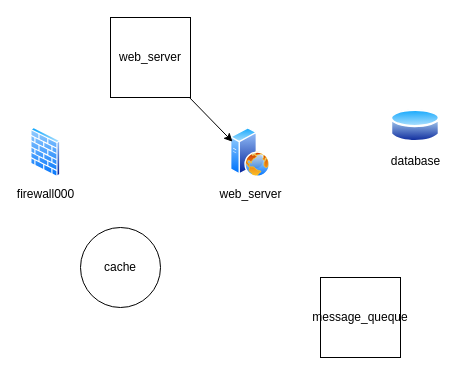
Earlier version of the draw.io diagram drawio_Diagrams/ProvaProprieta.drawio.xml (PierCarrozzini/Fake_Architecture_Orchestrator). Source tidied: cells renumbered, new cells numbered last; positions are measured from the earlier drawing's top-left corner, leaving out a move shared by most shapes. Both pictures are drawn from the tidied source at 100%, with x=0, y=0 at pixel (30, 17).
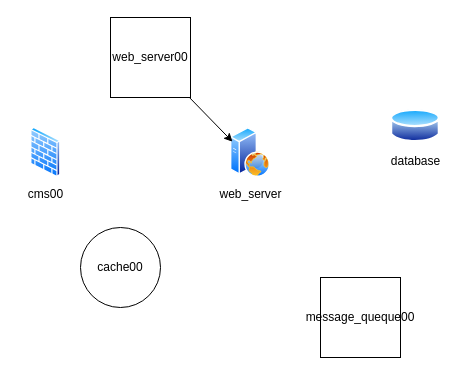
Above is the later version.

What changed in the source:
```diff
@@
 <mxGraphModel>
   <root>
     <mxCell id="0" />
     <mxCell id="1" parent="0" />
     <mxCell id="2" value="web_server" style="image;perimeter=ellipsePerimeter;html=1;align=center;shadow=0;dashed=0;spacingTop=3;image=img/lib/active_directory/web_server.svg;" parent="1" vertex="1">
       <mxGeometry x="200" y="110" width="40" height="50" as="geometry" />
     </mxCell>
-    <mxCell id="3" value="web_server" style="whiteSpace=wrap;html=1;" parent="1" vertex="1">
+    <mxCell id="3" value="web_server00" style="whiteSpace=wrap;html=1;" parent="1" vertex="1">
       <mxGeometry x="80" width="80" height="80" as="geometry" />
     </mxCell>
     <mxCell id="4" style="endArrow=classic;html=1;rounded=0;entryX=0;entryY=0.25;entryDx=0;entryDy=0;" parent="1" edge="1" source="3" target="2">
       <mxGeometry relative="1" as="geometry" />
     </mxCell>
     <mxCell id="5" value="database" style="image;perimeter=ellipsePerimeter;html=1;align=center;shadow=0;dashed=0;spacingTop=3;image=img/lib/active_directory/database.svg;" parent="1" vertex="1">
       <mxGeometry x="360" y="90" width="50" height="37" as="geometry" />
     </mxCell>
-    <mxCell id="6" value="message_queque" style="whiteSpace=wrap;html=1;" parent="1" vertex="1">
+    <mxCell id="6" value="message_queque00" style="whiteSpace=wrap;html=1;" parent="1" vertex="1">
       <mxGeometry x="290" y="260" width="80" height="80" as="geometry" />
     </mxCell>
-    <mxCell id="7" value="cache" style="ellipse;whiteSpace=wrap;html=1;" parent="1" vertex="1">
+    <mxCell id="7" value="cache00" style="ellipse;whiteSpace=wrap;html=1;" parent="1" vertex="1">
       <mxGeometry x="50" y="210" width="80" height="80" as="geometry" />
     </mxCell>
-    <mxCell id="8" value="firewall000" style="image;perimeter=ellipsePerimeter;html=1;align=center;shadow=0;dashed=0;spacingTop=3;image=img/lib/active_directory/firewall.svg;" parent="1" vertex="1">
+    <mxCell id="8" value="cms00" style="image;perimeter=ellipsePerimeter;html=1;align=center;shadow=0;dashed=0;spacingTop=3;image=img/lib/active_directory/firewall.svg;" parent="1" vertex="1">
       <mxGeometry y="110" width="30.5" height="50" as="geometry" />
     </mxCell>
   </root>
 </mxGraphModel>
```
